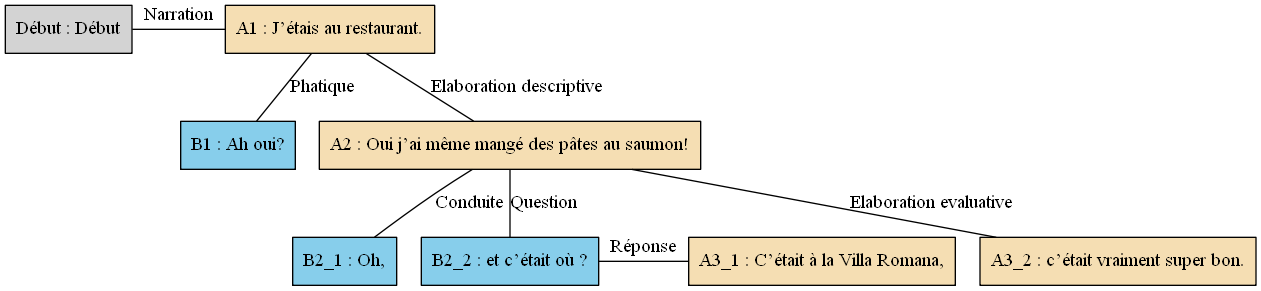
Earlier version of the Graphviz export arbres/Bac_a_sable/Bac_a_sable_-_A06.gv.png (AlaixComet/AnnotationSlamPTut). Its source is kept beside it as arbres/Bac_a_sable/Bac_a_sable_-_A06.gv. Its diagram source:
```dot
digraph A06 {
	node [shape=box style=filled]
	"Début" [label="Début : Début"]
	A1 [label="A1 : J’étais au restaurant." fillcolor=wheat]
	B1 [label="B1 : Ah oui?" fillcolor=skyblue]
	A2 [label="A2 : Oui j’ai même mangé des pâtes au saumon!" fillcolor=wheat]
	B2_1 [label="B2_1 : Oh," fillcolor=skyblue]
	B2_2 [label="B2_2 : et c’était où ?" fillcolor=skyblue]
	A3_1 [label="A3_1 : C’était à la Villa Romana," fillcolor=wheat]
	A3_2 [label="A3_2 : c’était vraiment super bon." fillcolor=wheat]
	A1 -> B1 [label=Phatique dir=none]
	A1 -> A2 [label="Elaboration descriptive" dir=none]
	A2 -> B2_1 [label=Conduite dir=none]
	A2 -> B2_2 [label=Question dir=none]
	{
		rank=same
		B2_2
		A3_1
		B2_2 -> A3_1 [label="Réponse" dir=none]
	}
	{
		rank=same
		"Début"
		A1
		"Début" -> A1 [label=Narration dir=none]
	}
	A2 -> A3_2 [label="Elaboration evaluative" dir=none]
}
```
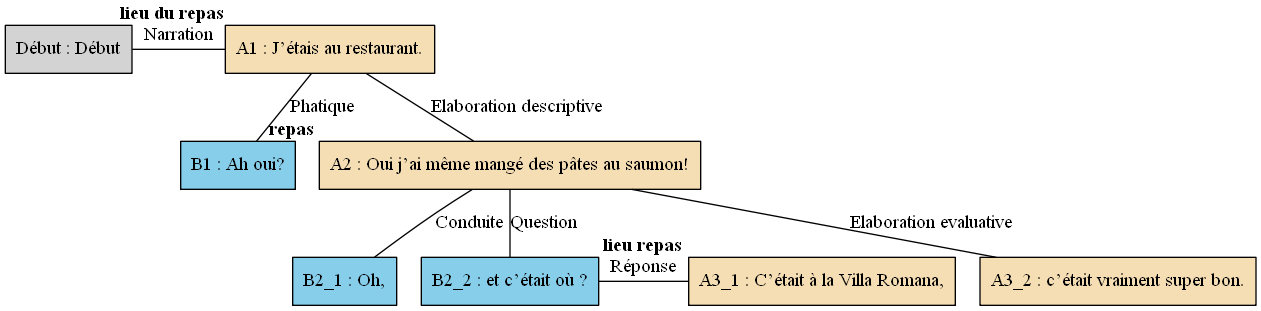
Later version of the same file.

Change to the diagram source:
```diff
@@ -1,13 +1,13 @@
 digraph A06 {
 	node [shape=box style=filled]
-	"Début" [label="Début : Début"]
-	A1 [label="A1 : J’étais au restaurant." fillcolor=wheat]
-	B1 [label="B1 : Ah oui?" fillcolor=skyblue]
-	A2 [label="A2 : Oui j’ai même mangé des pâtes au saumon!" fillcolor=wheat]
-	B2_1 [label="B2_1 : Oh," fillcolor=skyblue]
-	B2_2 [label="B2_2 : et c’était où ?" fillcolor=skyblue]
-	A3_1 [label="A3_1 : C’était à la Villa Romana," fillcolor=wheat]
-	A3_2 [label="A3_2 : c’était vraiment super bon." fillcolor=wheat]
+	"Début" [label="Début : Début" xlabel=""]
+	A1 [label="A1 : J’étais au restaurant." fillcolor=wheat xlabel=<<B>lieu du repas</B>>]
+	B1 [label="B1 : Ah oui?" fillcolor=skyblue xlabel=""]
+	A2 [label="A2 : Oui j’ai même mangé des pâtes au saumon!" fillcolor=wheat xlabel=<<B>repas </B>>]
+	B2_1 [label="B2_1 : Oh," fillcolor=skyblue xlabel=""]
+	B2_2 [label="B2_2 : et c’était où ?" fillcolor=skyblue xlabel=""]
+	A3_1 [label="A3_1 : C’était à la Villa Romana," fillcolor=wheat xlabel=<<B>lieu repas </B>>]
+	A3_2 [label="A3_2 : c’était vraiment super bon." fillcolor=wheat xlabel=""]
 	A1 -> B1 [label=Phatique dir=none]
 	A1 -> A2 [label="Elaboration descriptive" dir=none]
 	A2 -> B2_1 [label=Conduite dir=none]
```
